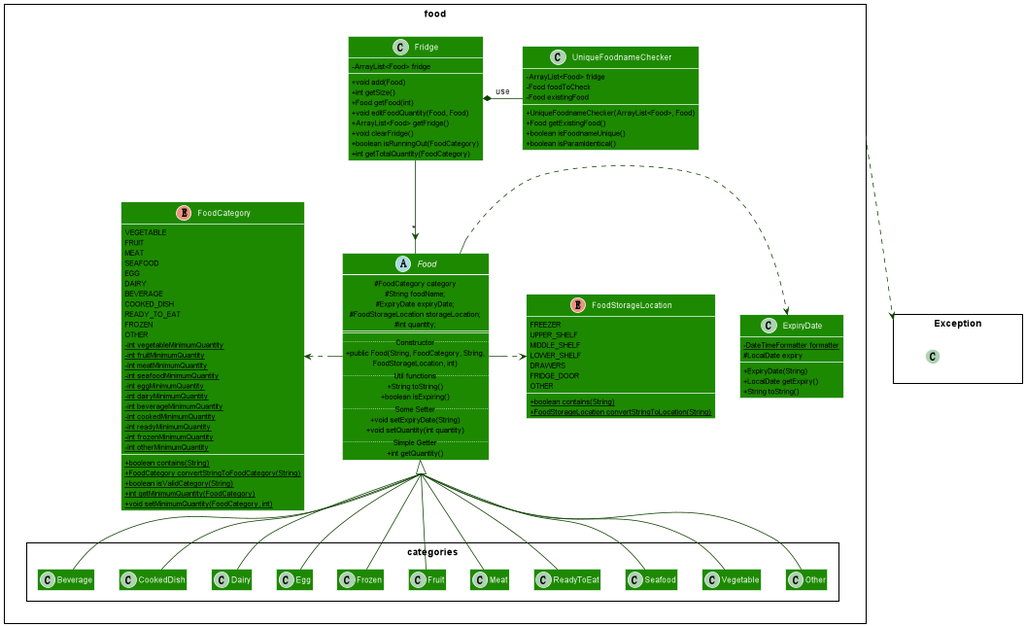
Before: docs/diagrams/foodPackageClassDiagram.png, a diagram exported from PlantUML (nus-cs2113-AY2021S2/tp).
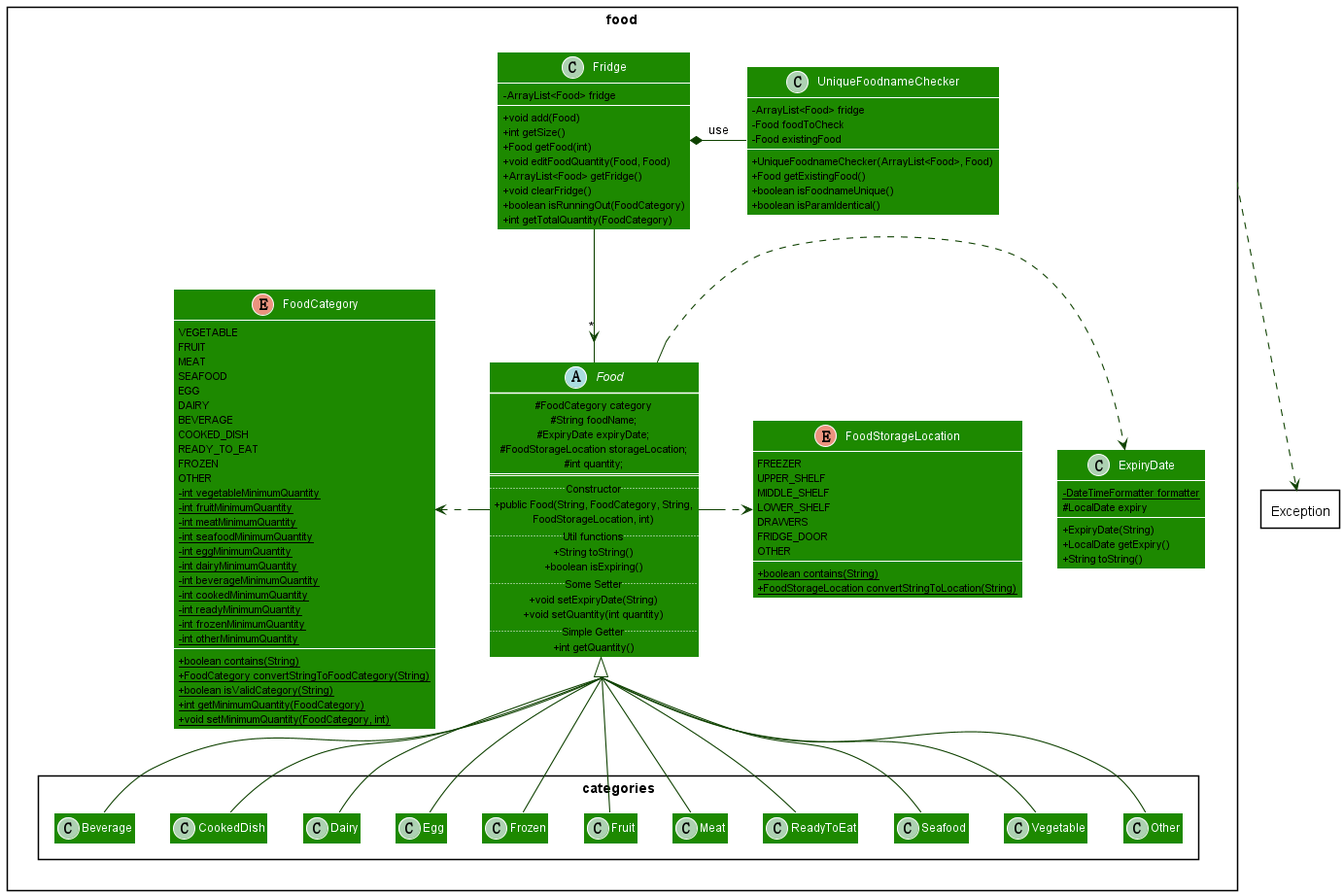
Above is the later version.

Commit message:
Delete exception class symbol

Diff of the diagram source:
```diff
@@ -146,7 +146,7 @@
 Food .left.> FoodCategory
 
 package Exception <<Rectangle>> {
-    class hiddenException #FFFFFF
+
 }
 
 food ..> Exception
```
